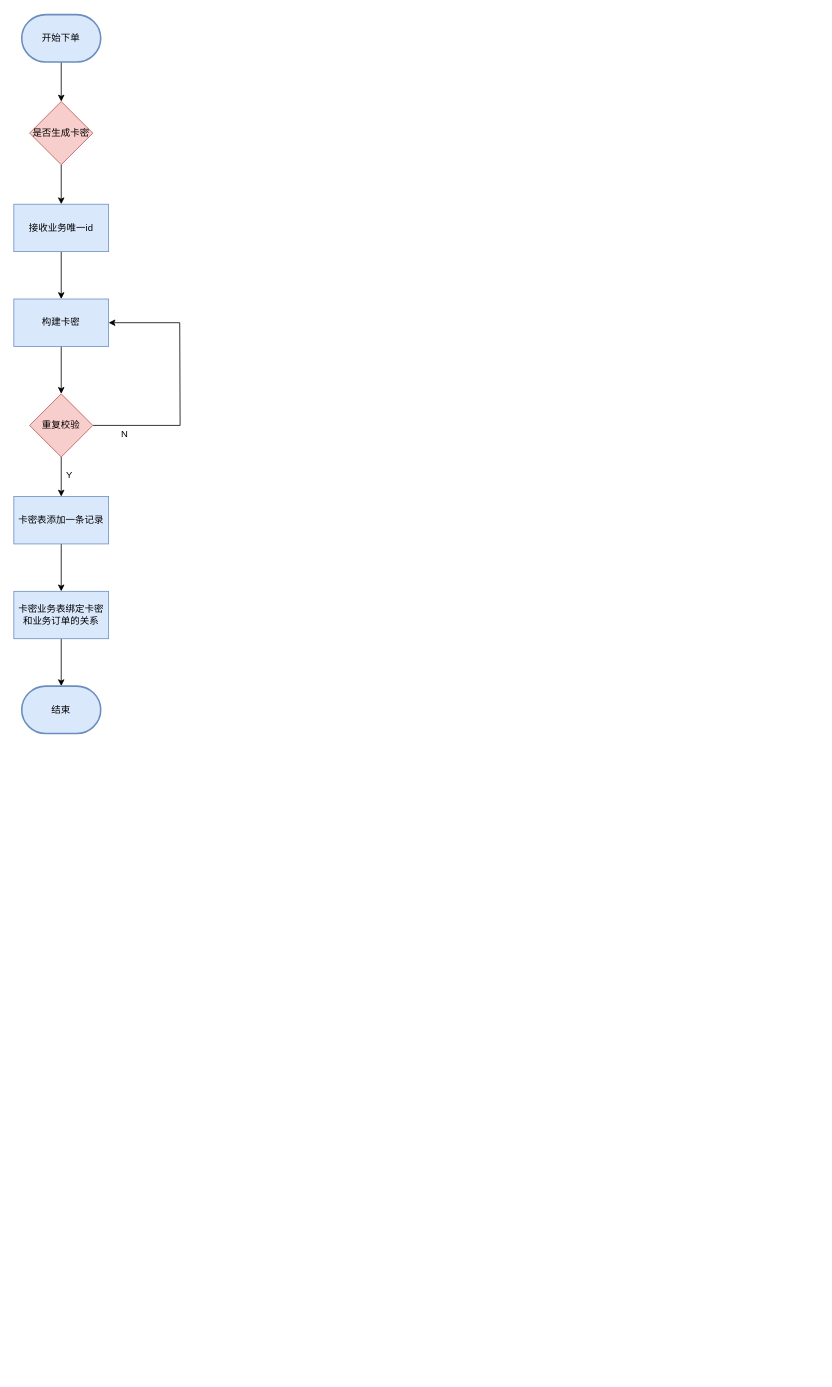
Jie33/draw keeps this draw.io diagram as 亿联卡密.drawio. Above is the earlier version. Source tidied: cells renumbered, new cells numbered last; positions are measured from the earlier drawing's top-left corner, leaving out a move shared by most shapes. Both pictures are drawn from the tidied source at 79%, with x=0, y=0 at pixel (13, 14).
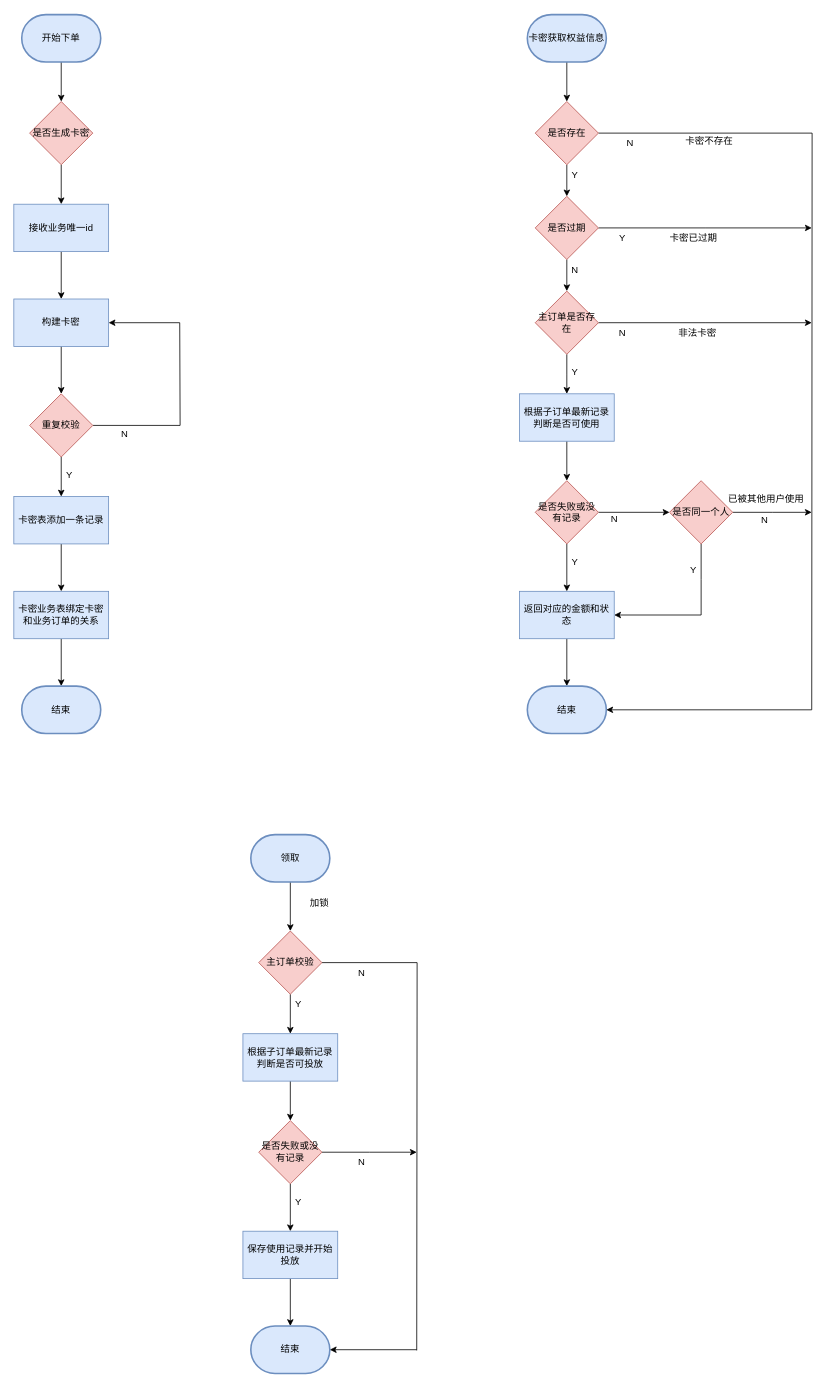
The same page after the edit.

Commit message:
更新亿联卡密.drawio

Change to the diagram source:
```diff
@@
+    <mxCell id="21" style="edgeStyle=orthogonalEdgeStyle;rounded=0;jettySize=auto;html=1;" parent="1" edge="1" source="22" target="25">
+      <mxGeometry relative="1" as="geometry" />
+    </mxCell>
+    <mxCell id="22" value="卡密获取权益信息" style="strokeWidth=2;html=1;shape=mxgraph.flowchart.terminator;whiteSpace=wrap;fillColor=#dae8fc;strokeColor=#6c8ebf;" parent="1" vertex="1">
+      <mxGeometry x="650" width="100" height="60" as="geometry" />
+    </mxCell>
+    <mxCell id="23" style="edgeStyle=orthogonalEdgeStyle;rounded=0;jettySize=auto;html=1;" parent="1" edge="1" source="25" target="28">
+      <mxGeometry relative="1" as="geometry" />
+    </mxCell>
+    <mxCell id="24" style="edgeStyle=orthogonalEdgeStyle;rounded=0;jettySize=auto;html=1;endArrow=none;endFill=0;" parent="1" edge="1" source="25">
+      <mxGeometry relative="1" as="geometry">
+        <mxPoint x="1010" y="880" as="targetPoint" />
+      </mxGeometry>
+    </mxCell>
+    <mxCell id="25" value="是否存在" style="rhombus;whiteSpace=wrap;html=1;fillColor=#f8cecc;strokeColor=#b85450;" parent="1" vertex="1">
+      <mxGeometry x="660" y="110" width="80" height="80" as="geometry" />
+    </mxCell>
+    <mxCell id="26" style="edgeStyle=orthogonalEdgeStyle;rounded=0;jettySize=auto;html=1;" parent="1" edge="1" source="28" target="31">
+      <mxGeometry relative="1" as="geometry" />
+    </mxCell>
+    <mxCell id="27" style="edgeStyle=orthogonalEdgeStyle;rounded=0;jettySize=auto;html=1;" parent="1" edge="1" source="28">
+      <mxGeometry relative="1" as="geometry">
+        <mxPoint x="1010" y="270" as="targetPoint" />
+      </mxGeometry>
+    </mxCell>
+    <mxCell id="28" value="是否过期" style="rhombus;whiteSpace=wrap;html=1;fillColor=#f8cecc;strokeColor=#b85450;" parent="1" vertex="1">
+      <mxGeometry x="660" y="230" width="80" height="80" as="geometry" />
+    </mxCell>
+    <mxCell id="29" style="edgeStyle=orthogonalEdgeStyle;rounded=0;jettySize=auto;html=1;" parent="1" edge="1" source="31">
+      <mxGeometry relative="1" as="geometry">
+        <mxPoint x="700" y="480" as="targetPoint" />
+      </mxGeometry>
+    </mxCell>
+    <mxCell id="30" style="edgeStyle=orthogonalEdgeStyle;rounded=0;jettySize=auto;html=1;" parent="1" edge="1" source="31">
+      <mxGeometry relative="1" as="geometry">
+        <mxPoint x="1010" y="390" as="targetPoint" />
+      </mxGeometry>
+    </mxCell>
+    <mxCell id="31" value="主订单是否存在" style="rhombus;whiteSpace=wrap;html=1;fillColor=#f8cecc;strokeColor=#b85450;" parent="1" vertex="1">
+      <mxGeometry x="660" y="350" width="80" height="80" as="geometry" />
+    </mxCell>
+    <mxCell id="32" style="edgeStyle=orthogonalEdgeStyle;rounded=0;jettySize=auto;html=1;" parent="1" edge="1" source="33" target="37">
+      <mxGeometry relative="1" as="geometry" />
+    </mxCell>
+    <mxCell id="33" value="返回对应的金额和状态" style="rounded=0;whiteSpace=wrap;html=1;fillColor=#dae8fc;strokeColor=#6c8ebf;" parent="1" vertex="1">
+      <mxGeometry x="640" y="730" width="120" height="60" as="geometry" />
+    </mxCell>
+    <mxCell id="34" style="edgeStyle=orthogonalEdgeStyle;rounded=0;jettySize=auto;html=1;endArrow=none;endFill=0;" parent="1" edge="1" source="36">
+      <mxGeometry relative="1" as="geometry">
+        <mxPoint x="870" y="760" as="targetPoint" />
+      </mxGeometry>
+    </mxCell>
+    <mxCell id="35" style="edgeStyle=orthogonalEdgeStyle;rounded=0;jettySize=auto;html=1;" parent="1" edge="1" source="36">
+      <mxGeometry relative="1" as="geometry">
+        <mxPoint x="1010" y="630" as="targetPoint" />
+      </mxGeometry>
+    </mxCell>
+    <mxCell id="36" value="是否同一个人" style="rhombus;whiteSpace=wrap;html=1;fillColor=#f8cecc;strokeColor=#b85450;" parent="1" vertex="1">
+      <mxGeometry x="830" y="590" width="80" height="80" as="geometry" />
+    </mxCell>
+    <mxCell id="37" value="结束" style="strokeWidth=2;html=1;shape=mxgraph.flowchart.terminator;whiteSpace=wrap;fillColor=#dae8fc;strokeColor=#6c8ebf;" parent="1" vertex="1">
+      <mxGeometry x="650" y="850" width="100" height="60" as="geometry" />
+    </mxCell>
+    <mxCell id="38" style="edgeStyle=orthogonalEdgeStyle;rounded=0;jettySize=auto;html=1;" parent="1" edge="1" source="39" target="42">
+      <mxGeometry relative="1" as="geometry" />
+    </mxCell>
+    <mxCell id="39" value="根据子订单最新记录判断是否可使用" style="rounded=0;whiteSpace=wrap;html=1;fillColor=#dae8fc;strokeColor=#6c8ebf;" parent="1" vertex="1">
+      <mxGeometry x="640" y="480" width="120" height="60" as="geometry" />
+    </mxCell>
+    <mxCell id="40" style="edgeStyle=orthogonalEdgeStyle;rounded=0;jettySize=auto;html=1;" parent="1" edge="1" source="42" target="33">
+      <mxGeometry relative="1" as="geometry" />
+    </mxCell>
+    <mxCell id="41" style="edgeStyle=orthogonalEdgeStyle;rounded=0;jettySize=auto;html=1;" parent="1" edge="1" source="42" target="36">
+      <mxGeometry relative="1" as="geometry" />
+    </mxCell>
+    <mxCell id="42" value="是否失败或没有记录" style="rhombus;whiteSpace=wrap;html=1;fillColor=#f8cecc;strokeColor=#b85450;" parent="1" vertex="1">
+      <mxGeometry x="660" y="590" width="80" height="80" as="geometry" />
+    </mxCell>
+    <mxCell id="43" style="endArrow=classic;html=1;rounded=0;entryX=1;entryY=0.5;entryDx=0;entryDy=0;" parent="1" edge="1" target="33">
+      <mxGeometry relative="1" as="geometry">
+        <mxPoint x="870" y="760" as="sourcePoint" />
+      </mxGeometry>
+    </mxCell>
+    <mxCell id="44" style="endArrow=classic;html=1;rounded=0;entryX=1;entryY=0.5;entryDx=0;entryDy=0;entryPerimeter=0;" parent="1" edge="1" target="37">
+      <mxGeometry relative="1" as="geometry">
+        <mxPoint x="1010" y="880" as="sourcePoint" />
+      </mxGeometry>
+    </mxCell>
+    <mxCell id="45" value="Y" style="text;html=1;align=center;verticalAlign=middle;strokeColor=none;fillColor=none;" parent="1" vertex="1">
+      <mxGeometry x="695" y="188" width="30" height="30" as="geometry" />
+    </mxCell>
+    <mxCell id="46" value="N" style="text;html=1;align=center;verticalAlign=middle;strokeColor=none;fillColor=none;" parent="1" vertex="1">
+      <mxGeometry x="765" y="148" width="30" height="30" as="geometry" />
+    </mxCell>
+    <mxCell id="47" value="Y" style="text;html=1;align=center;verticalAlign=middle;strokeColor=none;fillColor=none;" parent="1" vertex="1">
+      <mxGeometry x="755" y="268" width="30" height="30" as="geometry" />
+    </mxCell>
+    <mxCell id="48" value="N" style="text;html=1;align=center;verticalAlign=middle;strokeColor=none;fillColor=none;" parent="1" vertex="1">
+      <mxGeometry x="695" y="308" width="30" height="30" as="geometry" />
+    </mxCell>
+    <mxCell id="49" value="Y" style="text;html=1;align=center;verticalAlign=middle;strokeColor=none;fillColor=none;" parent="1" vertex="1">
+      <mxGeometry x="695" y="438" width="30" height="30" as="geometry" />
+    </mxCell>
+    <mxCell id="50" value="N" style="text;html=1;align=center;verticalAlign=middle;strokeColor=none;fillColor=none;" parent="1" vertex="1">
+      <mxGeometry x="755" y="388" width="30" height="30" as="geometry" />
+    </mxCell>
+    <mxCell id="51" value="Y" style="text;html=1;align=center;verticalAlign=middle;strokeColor=none;fillColor=none;" parent="1" vertex="1">
+      <mxGeometry x="695" y="678" width="30" height="30" as="geometry" />
+    </mxCell>
+    <mxCell id="52" value="N" style="text;html=1;align=center;verticalAlign=middle;strokeColor=none;fillColor=none;" parent="1" vertex="1">
+      <mxGeometry x="745" y="624" width="30" height="30" as="geometry" />
+    </mxCell>
+    <mxCell id="53" value="Y" style="text;html=1;align=center;verticalAlign=middle;strokeColor=none;fillColor=none;" parent="1" vertex="1">
+      <mxGeometry x="845" y="688" width="30" height="30" as="geometry" />
+    </mxCell>
+    <mxCell id="54" value="N" style="text;html=1;align=center;verticalAlign=middle;strokeColor=none;fillColor=none;" parent="1" vertex="1">
+      <mxGeometry x="935" y="625" width="30" height="30" as="geometry" />
+    </mxCell>
+    <mxCell id="55" value="卡密不存在" style="text;html=1;align=center;verticalAlign=middle;strokeColor=none;fillColor=none;" parent="1" vertex="1">
+      <mxGeometry x="840" y="145" width="80" height="30" as="geometry" />
+    </mxCell>
+    <mxCell id="56" value="卡密已过期" style="text;html=1;align=center;verticalAlign=middle;strokeColor=none;fillColor=none;" parent="1" vertex="1">
+      <mxGeometry x="820" y="268" width="80" height="30" as="geometry" />
+    </mxCell>
+    <mxCell id="57" value="非法卡密" style="text;html=1;align=center;verticalAlign=middle;strokeColor=none;fillColor=none;" parent="1" vertex="1">
+      <mxGeometry x="830" y="388" width="70" height="30" as="geometry" />
+    </mxCell>
+    <mxCell id="58" value="已被其他用户使用" style="text;html=1;align=center;verticalAlign=middle;strokeColor=none;fillColor=none;" parent="1" vertex="1">
+      <mxGeometry x="892" y="598" width="120" height="30" as="geometry" />
+    </mxCell>
+    <mxCell id="59" style="edgeStyle=orthogonalEdgeStyle;rounded=0;jettySize=auto;html=1;" parent="1" edge="1" source="60" target="68">
+      <mxGeometry relative="1" as="geometry" />
+    </mxCell>
+    <mxCell id="60" value="领取" style="strokeWidth=2;html=1;shape=mxgraph.flowchart.terminator;whiteSpace=wrap;fillColor=#dae8fc;strokeColor=#6c8ebf;" parent="1" vertex="1">
+      <mxGeometry x="300" y="1038" width="100" height="60" as="geometry" />
+    </mxCell>
+    <mxCell id="61" style="edgeStyle=orthogonalEdgeStyle;rounded=0;jettySize=auto;html=1;" parent="1" edge="1" source="62" target="65">
+      <mxGeometry relative="1" as="geometry" />
+    </mxCell>
+    <mxCell id="62" value="根据子订单最新记录判断是否可投放" style="rounded=0;whiteSpace=wrap;html=1;fillColor=#dae8fc;strokeColor=#6c8ebf;" parent="1" vertex="1">
+      <mxGeometry x="290" y="1290" width="120" height="60" as="geometry" />
+    </mxCell>
+    <mxCell id="63" style="edgeStyle=orthogonalEdgeStyle;rounded=0;jettySize=auto;html=1;" parent="1" edge="1" source="65" target="71">
+      <mxGeometry relative="1" as="geometry" />
+    </mxCell>
+    <mxCell id="64" style="edgeStyle=orthogonalEdgeStyle;rounded=0;jettySize=auto;html=1;" parent="1" edge="1" source="65">
+      <mxGeometry relative="1" as="geometry">
+        <mxPoint x="510" y="1440" as="targetPoint" />
+      </mxGeometry>
+    </mxCell>
+    <mxCell id="65" value="是否失败或没有记录" style="rhombus;whiteSpace=wrap;html=1;fillColor=#f8cecc;strokeColor=#b85450;" parent="1" vertex="1">
+      <mxGeometry x="310" y="1400" width="80" height="80" as="geometry" />
+    </mxCell>
+    <mxCell id="66" style="edgeStyle=orthogonalEdgeStyle;rounded=0;jettySize=auto;html=1;" parent="1" edge="1" source="68" target="62">
+      <mxGeometry relative="1" as="geometry" />
+    </mxCell>
+    <mxCell id="67" style="edgeStyle=orthogonalEdgeStyle;rounded=0;jettySize=auto;html=1;endArrow=none;endFill=0;" parent="1" edge="1" source="68">
+      <mxGeometry relative="1" as="geometry">
+        <mxPoint x="510" y="1690.9" as="targetPoint" />
+      </mxGeometry>
+    </mxCell>
+    <mxCell id="68" value="主订单校验" style="rhombus;whiteSpace=wrap;html=1;fillColor=#f8cecc;strokeColor=#b85450;" parent="1" vertex="1">
+      <mxGeometry x="310" y="1160" width="80" height="80" as="geometry" />
+    </mxCell>
+    <mxCell id="69" value="加锁" style="text;html=1;align=center;verticalAlign=middle;whiteSpace=wrap;rounded=0;" parent="1" vertex="1">
+      <mxGeometry x="357" y="1110" width="60" height="30" as="geometry" />
+    </mxCell>
+    <mxCell id="70" style="edgeStyle=orthogonalEdgeStyle;rounded=0;jettySize=auto;html=1;" parent="1" edge="1" source="71" target="72">
+      <mxGeometry relative="1" as="geometry" />
+    </mxCell>
+    <mxCell id="71" value="保存使用记录并开始投放" style="rounded=0;whiteSpace=wrap;html=1;fillColor=#dae8fc;strokeColor=#6c8ebf;" parent="1" vertex="1">
+      <mxGeometry x="290" y="1540" width="120" height="60" as="geometry" />
+    </mxCell>
+    <mxCell id="72" value="结束" style="strokeWidth=2;html=1;shape=mxgraph.flowchart.terminator;whiteSpace=wrap;fillColor=#dae8fc;strokeColor=#6c8ebf;" parent="1" vertex="1">
+      <mxGeometry x="300" y="1660" width="100" height="60" as="geometry" />
+    </mxCell>
+    <mxCell id="73" style="endArrow=classic;html=1;rounded=0;entryX=1;entryY=0.5;entryDx=0;entryDy=0;entryPerimeter=0;" parent="1" edge="1" target="72">
+      <mxGeometry relative="1" as="geometry">
+        <mxPoint x="510" y="1690" as="sourcePoint" />
+      </mxGeometry>
+    </mxCell>
+    <mxCell id="74" value="N" style="text;html=1;align=center;verticalAlign=middle;strokeColor=none;fillColor=none;" parent="1" vertex="1">
+      <mxGeometry x="425" y="1438" width="30" height="30" as="geometry" />
+    </mxCell>
+    <mxCell id="75" value="Y" style="text;html=1;align=center;verticalAlign=middle;strokeColor=none;fillColor=none;" parent="1" vertex="1">
+      <mxGeometry x="345" y="1488" width="30" height="30" as="geometry" />
+    </mxCell>
+    <mxCell id="76" value="Y" style="text;html=1;align=center;verticalAlign=middle;strokeColor=none;fillColor=none;" parent="1" vertex="1">
+      <mxGeometry x="345" y="1238" width="30" height="30" as="geometry" />
+    </mxCell>
+    <mxCell id="77" value="N" style="text;html=1;align=center;verticalAlign=middle;strokeColor=none;fillColor=none;" parent="1" vertex="1">
+      <mxGeometry x="425" y="1198" width="30" height="30" as="geometry" />
+    </mxCell>
```
